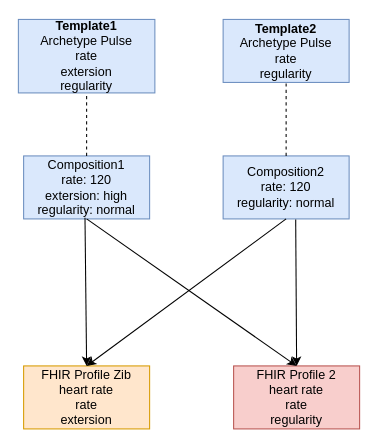
Before: modules/ROOT/assets/images/TemplateAgnostic.drawio in SevKohler/FHIRconnect-spec, a draw.io diagram. Source tidied: cells renumbered, new cells numbered last; positions are measured from the earlier drawing's top-left corner, leaving out a move shared by most shapes. Both pictures are drawn from the tidied source at 105%, with x=0, y=0 at pixel (18, 19).
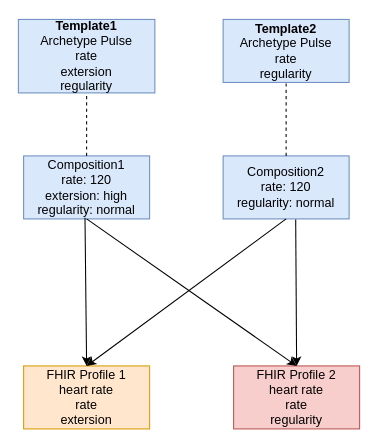
The same diagram, later.

What changed in the source:
```diff
@@
 <mxGraphModel>
   <root>
     <mxCell id="0" />
     <mxCell id="1" parent="0" />
     <mxCell id="2" value="&lt;b&gt;Template2&lt;/b&gt;&lt;br&gt;Archetype Pulse&lt;br&gt;rate&lt;br&gt;regularity" style="rounded=0;whiteSpace=wrap;html=1;fillColor=#dae8fc;strokeColor=#6c8ebf;" parent="1" vertex="1">
       <mxGeometry x="195" width="120" height="60" as="geometry" />
     </mxCell>
     <mxCell id="3" value="&lt;b&gt;Template1&lt;br&gt;&lt;/b&gt;Archetype Pulse&lt;br&gt;rate&lt;br&gt;extersion&lt;br&gt;regularity" style="rounded=0;whiteSpace=wrap;html=1;fillColor=#dae8fc;strokeColor=#6c8ebf;" parent="1" vertex="1">
       <mxGeometry width="130" height="70" as="geometry" />
     </mxCell>
     <mxCell id="4" value="Composition1&lt;br&gt;rate: 120&lt;br&gt;extersion: high&lt;br&gt;regularity: normal" style="rounded=0;whiteSpace=wrap;html=1;fillColor=#dae8fc;strokeColor=#6c8ebf;" parent="1" vertex="1">
       <mxGeometry x="5" y="130" width="120" height="60" as="geometry" />
     </mxCell>
     <mxCell id="5" value="Composition2&lt;br&gt;rate: 120&lt;br&gt;regularity: normal" style="rounded=0;whiteSpace=wrap;html=1;fillColor=#dae8fc;strokeColor=#6c8ebf;" parent="1" vertex="1">
       <mxGeometry x="195" y="130" width="120" height="60" as="geometry" />
     </mxCell>
     <mxCell id="6" style="endArrow=none;dashed=1;html=1;rounded=0;entryX=0.5;entryY=1;entryDx=0;entryDy=0;exitX=0.5;exitY=0;exitDx=0;exitDy=0;" parent="1" edge="1" source="4" target="3">
       <mxGeometry relative="1" as="geometry" />
     </mxCell>
     <mxCell id="7" style="endArrow=none;dashed=1;html=1;rounded=0;exitX=0.5;exitY=0;exitDx=0;exitDy=0;entryX=0.5;entryY=1;entryDx=0;entryDy=0;" parent="1" edge="1" source="5" target="2">
       <mxGeometry relative="1" as="geometry" />
     </mxCell>
-    <mxCell id="8" value="FHIR Profile Zib&lt;br&gt;heart rate&lt;br&gt;rate&lt;br&gt;extersion" style="rounded=0;whiteSpace=wrap;html=1;fillColor=#ffe6cc;strokeColor=#d79b00;" parent="1" vertex="1">
+    <mxCell id="8" value="FHIR Profile 1&lt;br&gt;heart rate&lt;br&gt;rate&lt;br&gt;extersion" style="rounded=0;whiteSpace=wrap;html=1;fillColor=#ffe6cc;strokeColor=#d79b00;" parent="1" vertex="1">
       <mxGeometry x="5" y="330" width="120" height="60" as="geometry" />
     </mxCell>
     <mxCell id="9" value="FHIR Profile 2&lt;br&gt;heart rate&lt;br style=&quot;border-color: var(--border-color);&quot;&gt;rate&lt;br&gt;regularity" style="rounded=0;whiteSpace=wrap;html=1;fillColor=#f8cecc;strokeColor=#b85450;" parent="1" vertex="1">
       <mxGeometry x="205" y="330" width="120" height="60" as="geometry" />
     </mxCell>
     <mxCell id="10" style="endArrow=classic;html=1;rounded=0;exitX=0.5;exitY=1;exitDx=0;exitDy=0;entryX=0.5;entryY=0;entryDx=0;entryDy=0;" parent="1" edge="1" source="4" target="9">
       <mxGeometry relative="1" as="geometry" />
     </mxCell>
     <mxCell id="11" style="endArrow=classic;html=1;rounded=0;exitX=0.5;exitY=1;exitDx=0;exitDy=0;entryX=0.5;entryY=0;entryDx=0;entryDy=0;" parent="1" edge="1" source="5" target="8">
       <mxGeometry relative="1" as="geometry" />
     </mxCell>
     <mxCell id="12" style="endArrow=classic;html=1;rounded=0;exitX=0.487;exitY=0.981;exitDx=0;exitDy=0;entryX=0.5;entryY=0;entryDx=0;entryDy=0;exitPerimeter=0;" parent="1" edge="1" source="4" target="8">
       <mxGeometry relative="1" as="geometry" />
     </mxCell>
     <mxCell id="13" style="endArrow=classic;html=1;rounded=0;exitX=0.576;exitY=1.011;exitDx=0;exitDy=0;entryX=0.5;entryY=0;entryDx=0;entryDy=0;exitPerimeter=0;" parent="1" edge="1" source="5" target="9">
       <mxGeometry relative="1" as="geometry" />
     </mxCell>
   </root>
 </mxGraphModel>
```
